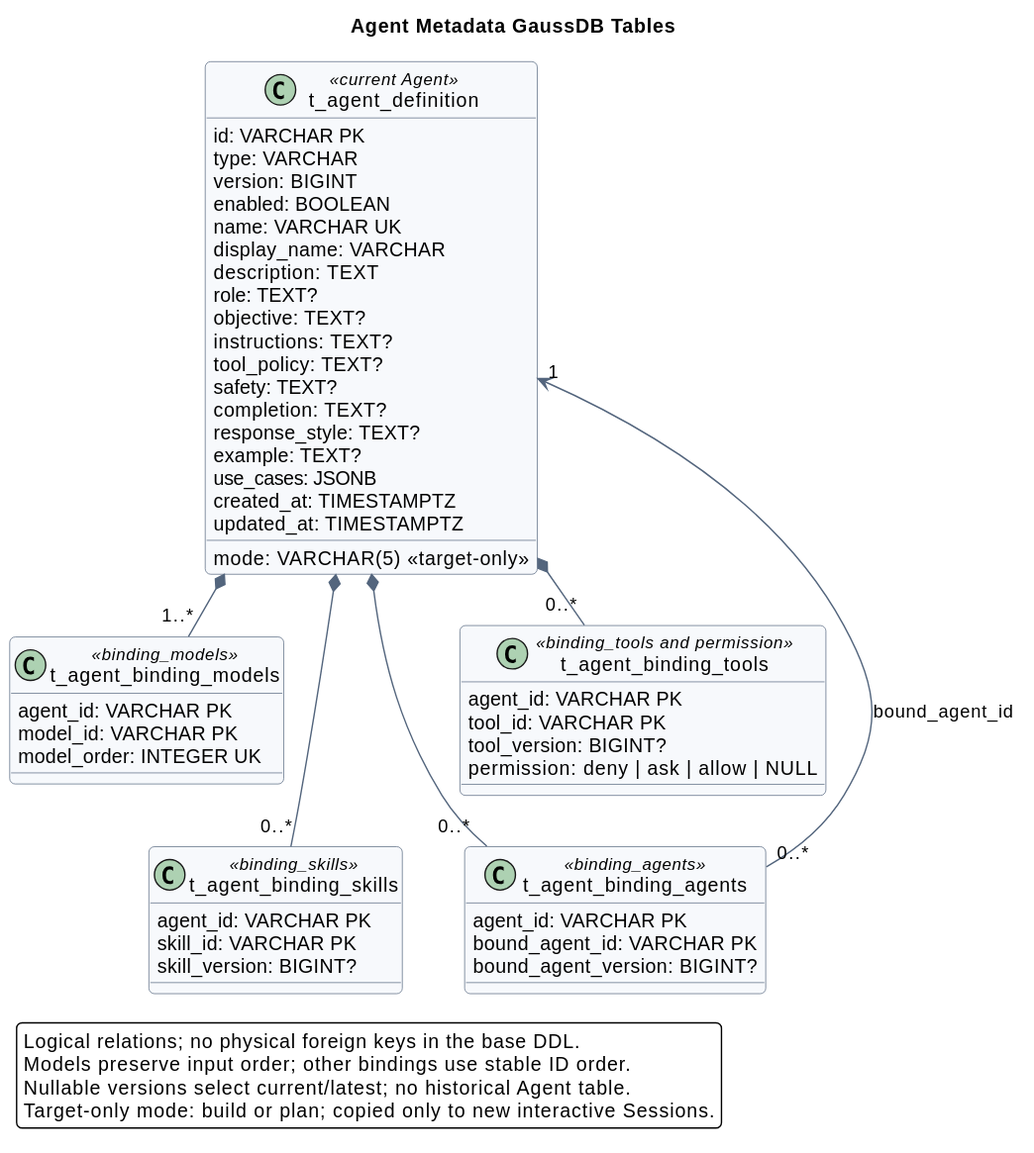
ssm0808/pi-mono-java-design keeps this PlantUML diagram as 03-数据与存储/02-Agent元数据GaussDB/agent_metadata_gaussdb_model.svg. Above is the earlier version.
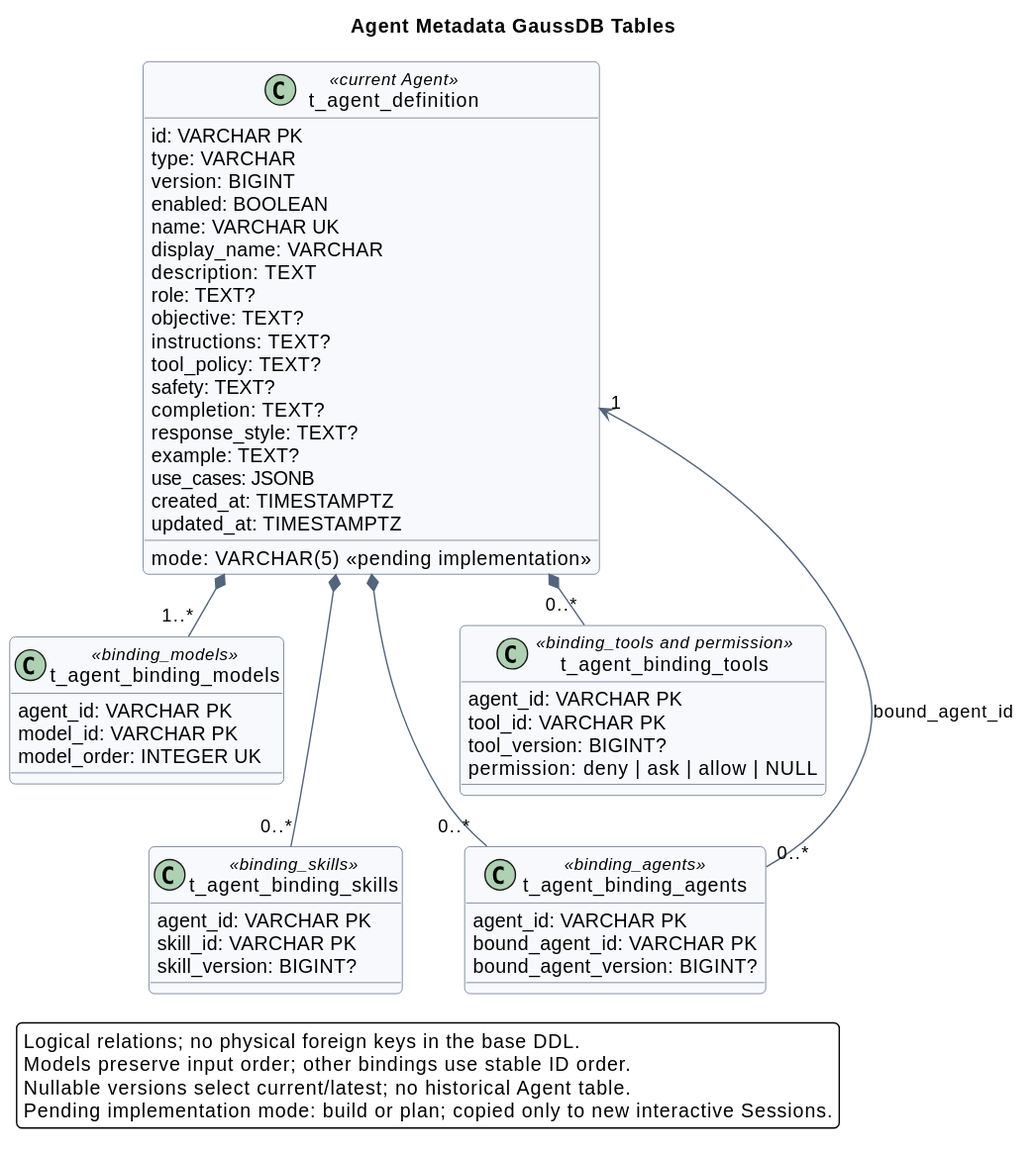
After the commit.

What changed in the source:
```diff
@@ -18,7 +18,7 @@
   type: VARCHAR
   version: BIGINT
   enabled: BOOLEAN
-  mode: VARCHAR(5) <<target-only>>
+  mode: VARCHAR(5) <<pending implementation>>
   name: VARCHAR UK
   display_name: VARCHAR
   description: TEXT
@@ -80,6 +80,6 @@
 Logical relations; no physical foreign keys in the base DDL.
 Models preserve input order; other bindings use stable ID order.
 Nullable versions select current/latest; no historical Agent table.
-Target-only mode: build or plan; copied only to new interactive Sessions.
+Pending implementation mode: build or plan; copied only to new interactive Sessions.
 endlegend
 @enduml
```
